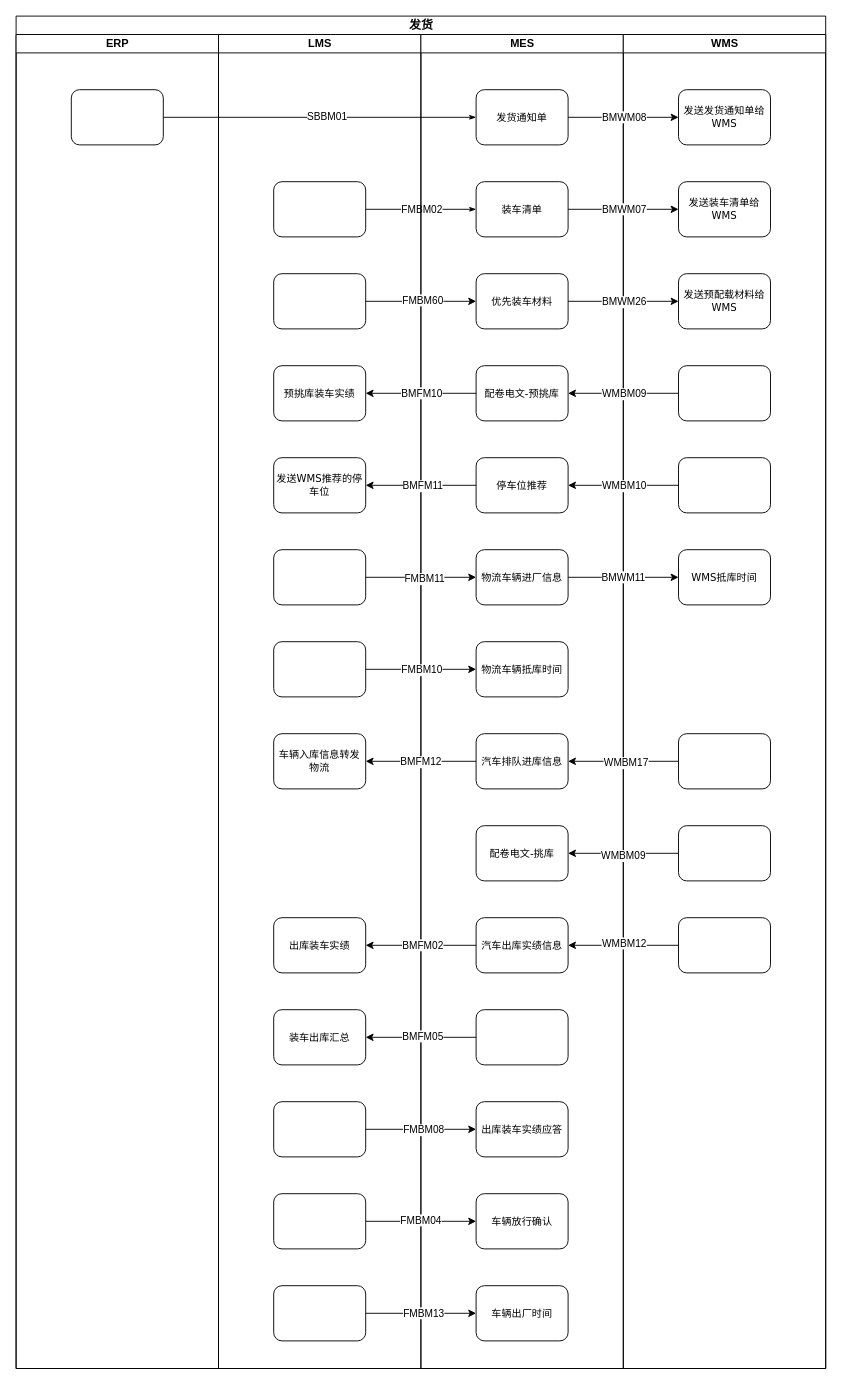
The draw.io diagram page "发货" (1 of 2) of cold-rolling-mes/system-logic.drawio in ZhaoVisions/flowchart, before the edit. Source tidied: cells renumbered, new cells numbered last; positions are measured from the earlier drawing's top-left corner, leaving out a move shared by most shapes. Both pictures are drawn from the tidied source at 92%, with x=0, y=0 at pixel (16, 16).
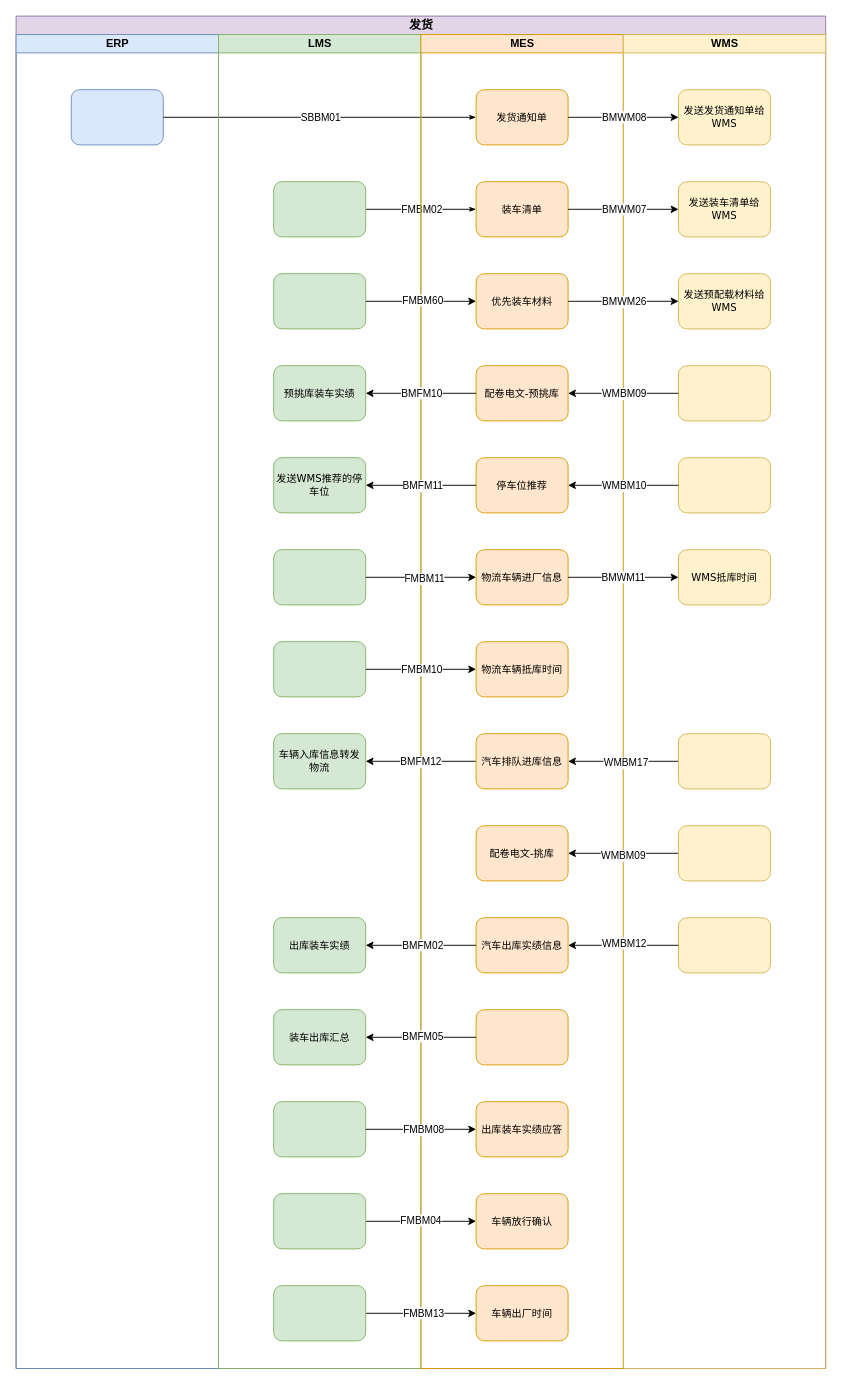
The same page after the edit.

Commit message:
增加计划模块

Unchanged cells that the change refers to:
```xml
<mxCell id="5" style="edgeStyle=orthogonalEdgeStyle;rounded=1;html=1;labelBackgroundColor=none;startArrow=none;startFill=0;startSize=5;endArrow=classicThin;endFill=1;endSize=5;jettySize=auto;strokeWidth=1;fontFamily=Verdana;fontSize=8;" parent="2" edge="1" source="4" target="22">
  <mxGeometry relative="1" as="geometry" />
</mxCell>
```

Diff of the diagram source:
```diff
@@
-    <mxCell id="2" value="发货" style="swimlane;html=1;startSize=20;rounded=0;shadow=0;labelBackgroundColor=none;strokeWidth=1;fontFamily=Verdana;fontSize=13;align=center;" parent="1" vertex="1">
+    <mxCell id="2" value="发货" style="swimlane;html=1;startSize=20;rounded=0;shadow=0;labelBackgroundColor=none;strokeWidth=1;fontFamily=Verdana;fontSize=13;align=center;fillColor=#e1d5e7;strokeColor=#9673a6;" parent="1" vertex="1">
       <mxGeometry width="880" height="1470" as="geometry" />
     </mxCell>
-    <mxCell id="3" value="ERP" style="swimlane;html=1;startSize=20;" parent="2" vertex="1">
+    <mxCell id="3" value="ERP" style="swimlane;html=1;startSize=20;fillColor=#dae8fc;strokeColor=#6c8ebf;" parent="2" vertex="1">
       <mxGeometry y="20" width="220" height="1450" as="geometry" />
     </mxCell>
-    <mxCell id="4" style="rounded=1;whiteSpace=wrap;html=1;shadow=0;labelBackgroundColor=none;strokeWidth=1;fontFamily=Verdana;fontSize=8;align=center;" parent="3" vertex="1">
+    <mxCell id="4" style="rounded=1;whiteSpace=wrap;html=1;shadow=0;labelBackgroundColor=none;strokeWidth=1;fontFamily=Verdana;fontSize=8;align=center;fillColor=#dae8fc;strokeColor=#6c8ebf;" parent="3" vertex="1">
       <mxGeometry x="60" y="60" width="100" height="60" as="geometry" />
     </mxCell>
@@
     <mxCell id="6" value="SBBM01" style="edgeLabel;html=1;align=center;verticalAlign=middle;" parent="5" vertex="1">
-      <mxGeometry x="0.04" y="2" relative="1" as="geometry" />
+      <mxGeometry x="0.04" y="2" relative="1" as="geometry">
+        <mxPoint x="-7" y="2" as="offset" />
+      </mxGeometry>
     </mxCell>
@@
-    <mxCell id="9" value="LMS" style="swimlane;html=1;startSize=20;strokeColor=default;align=center;verticalAlign=middle;fontFamily=Helvetica;fontSize=12;fontColor=default;fontStyle=1;fillColor=default;" parent="2" vertex="1">
+    <mxCell id="9" value="LMS" style="swimlane;html=1;startSize=20;strokeColor=#82b366;align=center;verticalAlign=middle;fontFamily=Helvetica;fontSize=12;fontStyle=1;fillColor=#d5e8d4;" parent="2" vertex="1">
       <mxGeometry x="220" y="20" width="220" height="1450" as="geometry" />
     </mxCell>
-    <mxCell id="10" style="rounded=1;whiteSpace=wrap;html=1;shadow=0;labelBackgroundColor=none;strokeWidth=1;fontFamily=Helvetica;fontSize=12;align=center;strokeColor=default;verticalAlign=middle;fontColor=default;fontStyle=1;fillColor=default;" parent="9" vertex="1">
+    <mxCell id="10" style="rounded=1;whiteSpace=wrap;html=1;shadow=0;labelBackgroundColor=none;strokeWidth=1;fontFamily=Helvetica;fontSize=12;align=center;strokeColor=#82b366;verticalAlign=middle;fontStyle=1;fillColor=#d5e8d4;" parent="9" vertex="1">
       <mxGeometry x="60" y="160" width="100" height="60" as="geometry" />
     </mxCell>
-    <mxCell id="11" style="rounded=1;whiteSpace=wrap;html=1;shadow=0;labelBackgroundColor=none;strokeWidth=1;fontFamily=Verdana;fontSize=8;align=center;" parent="9" vertex="1">
+    <mxCell id="11" style="rounded=1;whiteSpace=wrap;html=1;shadow=0;labelBackgroundColor=none;strokeWidth=1;fontFamily=Verdana;fontSize=8;align=center;fillColor=#d5e8d4;strokeColor=#82b366;" parent="9" vertex="1">
       <mxGeometry x="60" y="260" width="100" height="60" as="geometry" />
     </mxCell>
-    <mxCell id="12" value="发送WMS推荐的停车位" style="rounded=1;whiteSpace=wrap;html=1;shadow=0;labelBackgroundColor=none;strokeWidth=1;fontFamily=Verdana;fontSize=11;align=center;" parent="9" vertex="1">
+    <mxCell id="12" value="发送WMS推荐的停车位" style="rounded=1;whiteSpace=wrap;html=1;shadow=0;labelBackgroundColor=none;strokeWidth=1;fontFamily=Verdana;fontSize=11;align=center;fillColor=#d5e8d4;strokeColor=#82b366;" parent="9" vertex="1">
       <mxGeometry x="60" y="460" width="100" height="60" as="geometry" />
     </mxCell>
-    <mxCell id="13" value="预挑库装车实绩" style="rounded=1;whiteSpace=wrap;html=1;shadow=0;labelBackgroundColor=none;strokeWidth=1;fontFamily=Verdana;fontSize=11;align=center;" parent="9" vertex="1">
+    <mxCell id="13" value="预挑库装车实绩" style="rounded=1;whiteSpace=wrap;html=1;shadow=0;labelBackgroundColor=none;strokeWidth=1;fontFamily=Verdana;fontSize=11;align=center;fillColor=#d5e8d4;strokeColor=#82b366;" parent="9" vertex="1">
       <mxGeometry x="60" y="360" width="100" height="60" as="geometry" />
     </mxCell>
-    <mxCell id="14" style="rounded=1;whiteSpace=wrap;html=1;shadow=0;labelBackgroundColor=none;strokeWidth=1;fontFamily=Verdana;fontSize=11;align=center;" parent="9" vertex="1">
+    <mxCell id="14" style="rounded=1;whiteSpace=wrap;html=1;shadow=0;labelBackgroundColor=none;strokeWidth=1;fontFamily=Verdana;fontSize=11;align=center;fillColor=#d5e8d4;strokeColor=#82b366;" parent="9" vertex="1">
       <mxGeometry x="60" y="560" width="100" height="60" as="geometry" />
     </mxCell>
-    <mxCell id="15" style="rounded=1;whiteSpace=wrap;html=1;shadow=0;labelBackgroundColor=none;strokeWidth=1;fontFamily=Verdana;fontSize=11;align=center;" parent="9" vertex="1">
+    <mxCell id="15" style="rounded=1;whiteSpace=wrap;html=1;shadow=0;labelBackgroundColor=none;strokeWidth=1;fontFamily=Verdana;fontSize=11;align=center;fillColor=#d5e8d4;strokeColor=#82b366;" parent="9" vertex="1">
       <mxGeometry x="60" y="660" width="100" height="60" as="geometry" />
     </mxCell>
-    <mxCell id="16" value="出库装车实绩" style="rounded=1;whiteSpace=wrap;html=1;shadow=0;labelBackgroundColor=none;strokeWidth=1;fontFamily=Verdana;fontSize=11;align=center;" parent="9" vertex="1">
+    <mxCell id="16" value="出库装车实绩" style="rounded=1;whiteSpace=wrap;html=1;shadow=0;labelBackgroundColor=none;strokeWidth=1;fontFamily=Verdana;fontSize=11;align=center;fillColor=#d5e8d4;strokeColor=#82b366;" parent="9" vertex="1">
       <mxGeometry x="60" y="960" width="100" height="60" as="geometry" />
     </mxCell>
-    <mxCell id="17" value="装车出库汇总" style="rounded=1;whiteSpace=wrap;html=1;shadow=0;labelBackgroundColor=none;strokeWidth=1;fontFamily=Verdana;fontSize=11;align=center;" parent="9" vertex="1">
+    <mxCell id="17" value="装车出库汇总" style="rounded=1;whiteSpace=wrap;html=1;shadow=0;labelBackgroundColor=none;strokeWidth=1;fontFamily=Verdana;fontSize=11;align=center;fillColor=#d5e8d4;strokeColor=#82b366;" parent="9" vertex="1">
       <mxGeometry x="60" y="1060" width="100" height="60" as="geometry" />
     </mxCell>
-    <mxCell id="18" style="rounded=1;whiteSpace=wrap;html=1;shadow=0;labelBackgroundColor=none;strokeWidth=1;fontFamily=Verdana;fontSize=11;align=center;" parent="9" vertex="1">
+    <mxCell id="18" style="rounded=1;whiteSpace=wrap;html=1;shadow=0;labelBackgroundColor=none;strokeWidth=1;fontFamily=Verdana;fontSize=11;align=center;fillColor=#d5e8d4;strokeColor=#82b366;" parent="9" vertex="1">
       <mxGeometry x="60" y="1160" width="100" height="60" as="geometry" />
     </mxCell>
-    <mxCell id="19" value="MES" style="swimlane;html=1;startSize=20;" parent="2" vertex="1">
+    <mxCell id="19" value="MES" style="swimlane;html=1;startSize=20;fillColor=#ffe6cc;strokeColor=#d79b00;" parent="2" vertex="1">
       <mxGeometry x="440" y="20" width="220" height="1450" as="geometry" />
     </mxCell>
-    <mxCell id="20" value="装车清单" style="rounded=1;whiteSpace=wrap;html=1;shadow=0;labelBackgroundColor=none;strokeWidth=1;fontFamily=Verdana;fontSize=11;align=center;" parent="19" vertex="1">
+    <mxCell id="20" value="装车清单" style="rounded=1;whiteSpace=wrap;html=1;shadow=0;labelBackgroundColor=none;strokeWidth=1;fontFamily=Verdana;fontSize=11;align=center;fillColor=#ffe6cc;strokeColor=#d79b00;" parent="19" vertex="1">
       <mxGeometry x="60" y="160" width="100" height="60" as="geometry" />
     </mxCell>
-    <mxCell id="21" value="优先装车材料" style="rounded=1;whiteSpace=wrap;html=1;shadow=0;labelBackgroundColor=none;strokeWidth=1;fontFamily=Verdana;fontSize=11;align=center;" parent="19" vertex="1">
+    <mxCell id="21" value="优先装车材料" style="rounded=1;whiteSpace=wrap;html=1;shadow=0;labelBackgroundColor=none;strokeWidth=1;fontFamily=Verdana;fontSize=11;align=center;fillColor=#ffe6cc;strokeColor=#d79b00;" parent="19" vertex="1">
       <mxGeometry x="60" y="260" width="100" height="60" as="geometry" />
     </mxCell>
-    <mxCell id="22" value="发货通知单" style="rounded=1;whiteSpace=wrap;html=1;shadow=0;labelBackgroundColor=none;strokeWidth=1;fontFamily=Verdana;fontSize=11;align=center;" parent="19" vertex="1">
+    <mxCell id="22" value="发货通知单" style="rounded=1;whiteSpace=wrap;html=1;shadow=0;labelBackgroundColor=none;strokeWidth=1;fontFamily=Verdana;fontSize=11;align=center;fillColor=#ffe6cc;strokeColor=#d79b00;" parent="19" vertex="1">
       <mxGeometry x="60" y="60" width="100" height="60" as="geometry" />
     </mxCell>
-    <mxCell id="23" value="配卷电文-预挑库" style="rounded=1;whiteSpace=wrap;html=1;shadow=0;labelBackgroundColor=none;strokeWidth=1;fontFamily=Verdana;fontSize=11;align=center;" parent="19" vertex="1">
+    <mxCell id="23" value="配卷电文-预挑库" style="rounded=1;whiteSpace=wrap;html=1;shadow=0;labelBackgroundColor=none;strokeWidth=1;fontFamily=Verdana;fontSize=11;align=center;fillColor=#ffe6cc;strokeColor=#d79b00;" parent="19" vertex="1">
       <mxGeometry x="60" y="360" width="100" height="60" as="geometry" />
     </mxCell>
-    <mxCell id="24" value="停车位推荐" style="rounded=1;whiteSpace=wrap;html=1;shadow=0;labelBackgroundColor=none;strokeWidth=1;fontFamily=Verdana;fontSize=11;align=center;" parent="19" vertex="1">
+    <mxCell id="24" value="停车位推荐" style="rounded=1;whiteSpace=wrap;html=1;shadow=0;labelBackgroundColor=none;strokeWidth=1;fontFamily=Verdana;fontSize=11;align=center;fillColor=#ffe6cc;strokeColor=#d79b00;" parent="19" vertex="1">
       <mxGeometry x="60" y="460" width="100" height="60" as="geometry" />
     </mxCell>
-    <mxCell id="25" value="物流车辆进厂信息" style="rounded=1;whiteSpace=wrap;html=1;shadow=0;labelBackgroundColor=none;strokeWidth=1;fontFamily=Verdana;fontSize=11;align=center;" parent="19" vertex="1">
+    <mxCell id="25" value="物流车辆进厂信息" style="rounded=1;whiteSpace=wrap;html=1;shadow=0;labelBackgroundColor=none;strokeWidth=1;fontFamily=Verdana;fontSize=11;align=center;fillColor=#ffe6cc;strokeColor=#d79b00;" parent="19" vertex="1">
       <mxGeometry x="60" y="560" width="100" height="60" as="geometry" />
     </mxCell>
-    <mxCell id="26" value="物流车辆抵库时间" style="rounded=1;whiteSpace=wrap;html=1;shadow=0;labelBackgroundColor=none;strokeWidth=1;fontFamily=Verdana;fontSize=11;align=center;" parent="19" vertex="1">
+    <mxCell id="26" value="物流车辆抵库时间" style="rounded=1;whiteSpace=wrap;html=1;shadow=0;labelBackgroundColor=none;strokeWidth=1;fontFamily=Verdana;fontSize=11;align=center;fillColor=#ffe6cc;strokeColor=#d79b00;" parent="19" vertex="1">
       <mxGeometry x="60" y="660" width="100" height="60" as="geometry" />
     </mxCell>
-    <mxCell id="27" value="汽车出库实绩信息" style="rounded=1;whiteSpace=wrap;html=1;shadow=0;labelBackgroundColor=none;strokeWidth=1;fontFamily=Verdana;fontSize=11;align=center;" parent="19" vertex="1">
+    <mxCell id="27" value="汽车出库实绩信息" style="rounded=1;whiteSpace=wrap;html=1;shadow=0;labelBackgroundColor=none;strokeWidth=1;fontFamily=Verdana;fontSize=11;align=center;fillColor=#ffe6cc;strokeColor=#d79b00;" parent="19" vertex="1">
       <mxGeometry x="60" y="960" width="100" height="60" as="geometry" />
     </mxCell>
-    <mxCell id="28" style="rounded=1;whiteSpace=wrap;html=1;shadow=0;labelBackgroundColor=none;strokeWidth=1;fontFamily=Verdana;fontSize=8;align=center;" parent="19" vertex="1">
+    <mxCell id="28" style="rounded=1;whiteSpace=wrap;html=1;shadow=0;labelBackgroundColor=none;strokeWidth=1;fontFamily=Verdana;fontSize=8;align=center;fillColor=#ffe6cc;strokeColor=#d79b00;" parent="19" vertex="1">
       <mxGeometry x="60" y="1060" width="100" height="60" as="geometry" />
     </mxCell>
-    <mxCell id="29" value="出库装车实绩应答" style="rounded=1;whiteSpace=wrap;html=1;shadow=0;labelBackgroundColor=none;strokeWidth=1;fontFamily=Verdana;fontSize=11;align=center;" parent="19" vertex="1">
+    <mxCell id="29" value="出库装车实绩应答" style="rounded=1;whiteSpace=wrap;html=1;shadow=0;labelBackgroundColor=none;strokeWidth=1;fontFamily=Verdana;fontSize=11;align=center;fillColor=#ffe6cc;strokeColor=#d79b00;" parent="19" vertex="1">
       <mxGeometry x="60" y="1160" width="100" height="60" as="geometry" />
     </mxCell>
@@
-    <mxCell id="32" style="rounded=1;whiteSpace=wrap;html=1;shadow=0;labelBackgroundColor=none;strokeWidth=1;fontFamily=Verdana;fontSize=11;align=center;" parent="19" vertex="1">
+    <mxCell id="32" style="rounded=1;whiteSpace=wrap;html=1;shadow=0;labelBackgroundColor=none;strokeWidth=1;fontFamily=Verdana;fontSize=11;align=center;fillColor=#d5e8d4;strokeColor=#82b366;" parent="19" vertex="1">
       <mxGeometry x="-160" y="1260" width="100" height="60" as="geometry" />
     </mxCell>
-    <mxCell id="33" value="车辆放行确认" style="rounded=1;whiteSpace=wrap;html=1;shadow=0;labelBackgroundColor=none;strokeWidth=1;fontFamily=Verdana;fontSize=11;align=center;" parent="19" vertex="1">
+    <mxCell id="33" value="车辆放行确认" style="rounded=1;whiteSpace=wrap;html=1;shadow=0;labelBackgroundColor=none;strokeWidth=1;fontFamily=Verdana;fontSize=11;align=center;fillColor=#ffe6cc;strokeColor=#d79b00;" parent="19" vertex="1">
       <mxGeometry x="60" y="1260" width="100" height="60" as="geometry" />
     </mxCell>
@@
-    <mxCell id="36" style="rounded=1;whiteSpace=wrap;html=1;shadow=0;labelBackgroundColor=none;strokeWidth=1;fontFamily=Verdana;fontSize=11;align=center;" parent="19" vertex="1">
+    <mxCell id="36" style="rounded=1;whiteSpace=wrap;html=1;shadow=0;labelBackgroundColor=none;strokeWidth=1;fontFamily=Verdana;fontSize=11;align=center;fillColor=#d5e8d4;strokeColor=#82b366;" parent="19" vertex="1">
       <mxGeometry x="-160" y="1360" width="100" height="60" as="geometry" />
     </mxCell>
-    <mxCell id="37" value="车辆出厂时间" style="rounded=1;whiteSpace=wrap;html=1;shadow=0;labelBackgroundColor=none;strokeWidth=1;fontFamily=Verdana;fontSize=11;align=center;" parent="19" vertex="1">
+    <mxCell id="37" value="车辆出厂时间" style="rounded=1;whiteSpace=wrap;html=1;shadow=0;labelBackgroundColor=none;strokeWidth=1;fontFamily=Verdana;fontSize=11;align=center;fillColor=#ffe6cc;strokeColor=#d79b00;" parent="19" vertex="1">
       <mxGeometry x="60" y="1360" width="100" height="60" as="geometry" />
     </mxCell>
-    <mxCell id="38" value="WMS" style="swimlane;html=1;startSize=20;" parent="2" vertex="1">
+    <mxCell id="38" value="WMS" style="swimlane;html=1;startSize=20;fillColor=#fff2cc;strokeColor=#d6b656;" parent="2" vertex="1">
       <mxGeometry x="660" y="20" width="220" height="1450" as="geometry" />
     </mxCell>
-    <mxCell id="39" style="rounded=1;whiteSpace=wrap;html=1;shadow=0;labelBackgroundColor=none;strokeWidth=1;fontFamily=Verdana;fontSize=8;align=center;" parent="38" vertex="1">
+    <mxCell id="39" style="rounded=1;whiteSpace=wrap;html=1;shadow=0;labelBackgroundColor=none;strokeWidth=1;fontFamily=Verdana;fontSize=8;align=center;fillColor=#fff2cc;strokeColor=#d6b656;" parent="38" vertex="1">
       <mxGeometry x="60" y="360" width="100" height="60" as="geometry" />
     </mxCell>
-    <mxCell id="40" style="rounded=1;whiteSpace=wrap;html=1;shadow=0;labelBackgroundColor=none;strokeWidth=1;fontFamily=Verdana;fontSize=8;align=center;" parent="38" vertex="1">
+    <mxCell id="40" style="rounded=1;whiteSpace=wrap;html=1;shadow=0;labelBackgroundColor=none;strokeWidth=1;fontFamily=Verdana;fontSize=8;align=center;fillColor=#fff2cc;strokeColor=#d6b656;" parent="38" vertex="1">
       <mxGeometry x="60" y="460" width="100" height="60" as="geometry" />
     </mxCell>
-    <mxCell id="41" value="发送发货通知单给WMS" style="rounded=1;whiteSpace=wrap;html=1;shadow=0;labelBackgroundColor=none;strokeWidth=1;fontFamily=Verdana;fontSize=11;align=center;" parent="38" vertex="1">
+    <mxCell id="41" value="发送发货通知单给WMS" style="rounded=1;whiteSpace=wrap;html=1;shadow=0;labelBackgroundColor=none;strokeWidth=1;fontFamily=Verdana;fontSize=11;align=center;fillColor=#fff2cc;strokeColor=#d6b656;" parent="38" vertex="1">
       <mxGeometry x="60" y="60" width="100" height="60" as="geometry" />
     </mxCell>
-    <mxCell id="42" value="发送装车清单给WMS" style="rounded=1;whiteSpace=wrap;html=1;shadow=0;labelBackgroundColor=none;strokeWidth=1;fontFamily=Verdana;fontSize=11;align=center;" parent="38" vertex="1">
+    <mxCell id="42" value="发送装车清单给WMS" style="rounded=1;whiteSpace=wrap;html=1;shadow=0;labelBackgroundColor=none;strokeWidth=1;fontFamily=Verdana;fontSize=11;align=center;fillColor=#fff2cc;strokeColor=#d6b656;" parent="38" vertex="1">
       <mxGeometry x="60" y="160" width="100" height="60" as="geometry" />
     </mxCell>
-    <mxCell id="43" value="发送预配载材料给WMS" style="rounded=1;whiteSpace=wrap;html=1;shadow=0;labelBackgroundColor=none;strokeWidth=1;fontFamily=Verdana;fontSize=11;align=center;" parent="38" vertex="1">
+    <mxCell id="43" value="发送预配载材料给WMS" style="rounded=1;whiteSpace=wrap;html=1;shadow=0;labelBackgroundColor=none;strokeWidth=1;fontFamily=Verdana;fontSize=11;align=center;fillColor=#fff2cc;strokeColor=#d6b656;" parent="38" vertex="1">
       <mxGeometry x="60" y="260" width="100" height="60" as="geometry" />
     </mxCell>
-    <mxCell id="44" value="WMS抵库时间" style="rounded=1;whiteSpace=wrap;html=1;shadow=0;labelBackgroundColor=none;strokeWidth=1;fontFamily=Verdana;fontSize=11;align=center;" parent="38" vertex="1">
+    <mxCell id="44" value="WMS抵库时间" style="rounded=1;whiteSpace=wrap;html=1;shadow=0;labelBackgroundColor=none;strokeWidth=1;fontFamily=Verdana;fontSize=11;align=center;fillColor=#fff2cc;strokeColor=#d6b656;" parent="38" vertex="1">
       <mxGeometry x="60" y="560" width="100" height="60" as="geometry" />
     </mxCell>
-    <mxCell id="45" value="车辆入库信息转发物流" style="rounded=1;whiteSpace=wrap;html=1;shadow=0;labelBackgroundColor=none;strokeWidth=1;fontFamily=Verdana;fontSize=11;align=center;" parent="38" vertex="1">
+    <mxCell id="45" value="车辆入库信息转发物流" style="rounded=1;whiteSpace=wrap;html=1;shadow=0;labelBackgroundColor=none;strokeWidth=1;fontFamily=Verdana;fontSize=11;align=center;fillColor=#d5e8d4;strokeColor=#82b366;" parent="38" vertex="1">
       <mxGeometry x="-380" y="760" width="100" height="60" as="geometry" />
     </mxCell>
@@
-    <mxCell id="48" value="汽车排队进库信息" style="rounded=1;whiteSpace=wrap;html=1;shadow=0;labelBackgroundColor=none;strokeWidth=1;fontFamily=Verdana;fontSize=11;align=center;" parent="38" vertex="1">
+    <mxCell id="48" value="汽车排队进库信息" style="rounded=1;whiteSpace=wrap;html=1;shadow=0;labelBackgroundColor=none;strokeWidth=1;fontFamily=Verdana;fontSize=11;align=center;fillColor=#ffe6cc;strokeColor=#d79b00;" parent="38" vertex="1">
       <mxGeometry x="-160" y="760" width="100" height="60" as="geometry" />
     </mxCell>
@@
-    <mxCell id="51" style="rounded=1;whiteSpace=wrap;html=1;shadow=0;labelBackgroundColor=none;strokeWidth=1;fontFamily=Verdana;fontSize=11;align=center;" parent="38" vertex="1">
+    <mxCell id="51" style="rounded=1;whiteSpace=wrap;html=1;shadow=0;labelBackgroundColor=none;strokeWidth=1;fontFamily=Verdana;fontSize=11;align=center;fillColor=#fff2cc;strokeColor=#d6b656;" parent="38" vertex="1">
       <mxGeometry x="60" y="760" width="100" height="60" as="geometry" />
     </mxCell>
@@
-    <mxCell id="54" style="rounded=1;whiteSpace=wrap;html=1;shadow=0;labelBackgroundColor=none;strokeWidth=1;fontFamily=Verdana;fontSize=8;align=center;" parent="38" vertex="1">
+    <mxCell id="54" style="rounded=1;whiteSpace=wrap;html=1;shadow=0;labelBackgroundColor=none;strokeWidth=1;fontFamily=Verdana;fontSize=8;align=center;fillColor=#fff2cc;strokeColor=#d6b656;" parent="38" vertex="1">
       <mxGeometry x="60" y="860" width="100" height="60" as="geometry" />
     </mxCell>
-    <mxCell id="55" value="配卷电文-挑库" style="rounded=1;whiteSpace=wrap;html=1;shadow=0;labelBackgroundColor=none;strokeWidth=1;fontFamily=Verdana;fontSize=11;align=center;" parent="38" vertex="1">
+    <mxCell id="55" value="配卷电文-挑库" style="rounded=1;whiteSpace=wrap;html=1;shadow=0;labelBackgroundColor=none;strokeWidth=1;fontFamily=Verdana;fontSize=11;align=center;fillColor=#ffe6cc;strokeColor=#d79b00;" parent="38" vertex="1">
       <mxGeometry x="-160" y="860" width="100" height="60" as="geometry" />
     </mxCell>
-    <mxCell id="56" style="rounded=1;whiteSpace=wrap;html=1;shadow=0;labelBackgroundColor=none;strokeWidth=1;fontFamily=Verdana;fontSize=8;align=center;" parent="38" vertex="1">
+    <mxCell id="56" style="rounded=1;whiteSpace=wrap;html=1;shadow=0;labelBackgroundColor=none;strokeWidth=1;fontFamily=Verdana;fontSize=8;align=center;fillColor=#fff2cc;strokeColor=#d6b656;" parent="38" vertex="1">
       <mxGeometry x="60" y="960" width="100" height="60" as="geometry" />
     </mxCell>
```
